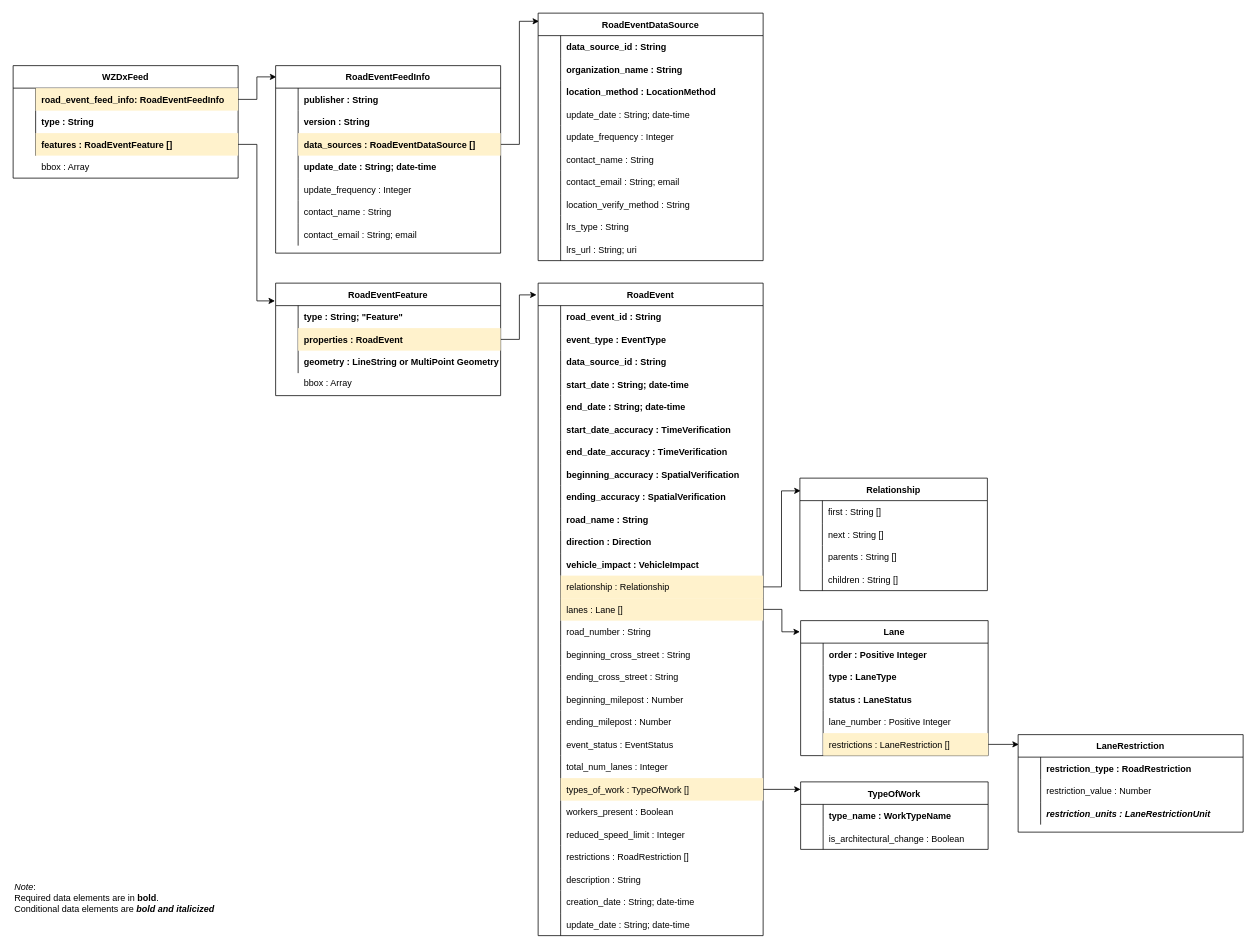
Before: images/wzdx_object_diagram.drawio in usdot-jpo-ode/wzdx, a draw.io diagram. Source tidied: cells renumbered, new cells numbered last; positions are measured from the earlier drawing's top-left corner, leaving out a move shared by most shapes. Both pictures are drawn from the tidied source at 75%, with x=0, y=0 at pixel (13, 13).
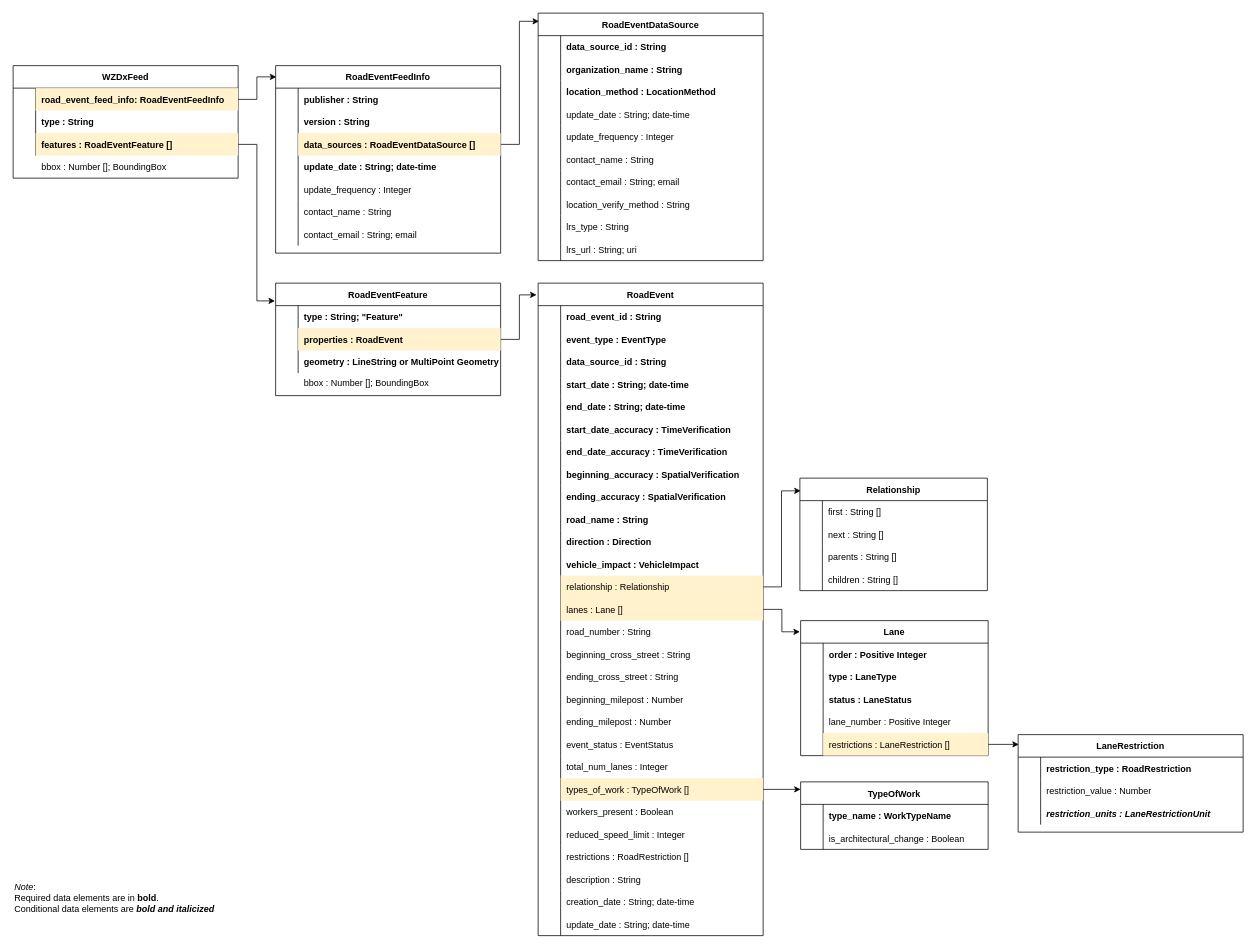
The same page after the edit.

Commit message (it also covers changes not shown here):
Update object diagram for consistency

Change to the diagram source:
```diff
@@
-    <mxCell id="215" value="bbox : Array" style="shape=partialRectangle;overflow=hidden;fillColor=none;top=0;left=0;bottom=0;right=0;align=left;spacingLeft=6;fontStyle=0;" parent="1" vertex="1">
+    <mxCell id="215" value="bbox : Number []; BoundingBox" style="shape=partialRectangle;overflow=hidden;fillColor=none;top=0;left=0;bottom=0;right=0;align=left;spacingLeft=6;fontStyle=0;" parent="1" vertex="1">
       <mxGeometry x="30" y="190" width="270" height="30" as="geometry" />
     </mxCell>
-    <mxCell id="216" value="bbox : Array" style="shape=partialRectangle;overflow=hidden;fillColor=none;top=0;left=0;bottom=0;right=0;align=left;spacingLeft=6;fontStyle=0;" parent="1" vertex="1">
+    <mxCell id="216" value="bbox : Number []; BoundingBox" style="shape=partialRectangle;overflow=hidden;fillColor=none;top=0;left=0;bottom=0;right=0;align=left;spacingLeft=6;fontStyle=0;" parent="1" vertex="1">
       <mxGeometry x="380" y="477" width="270" height="30" as="geometry" />
     </mxCell>
```
